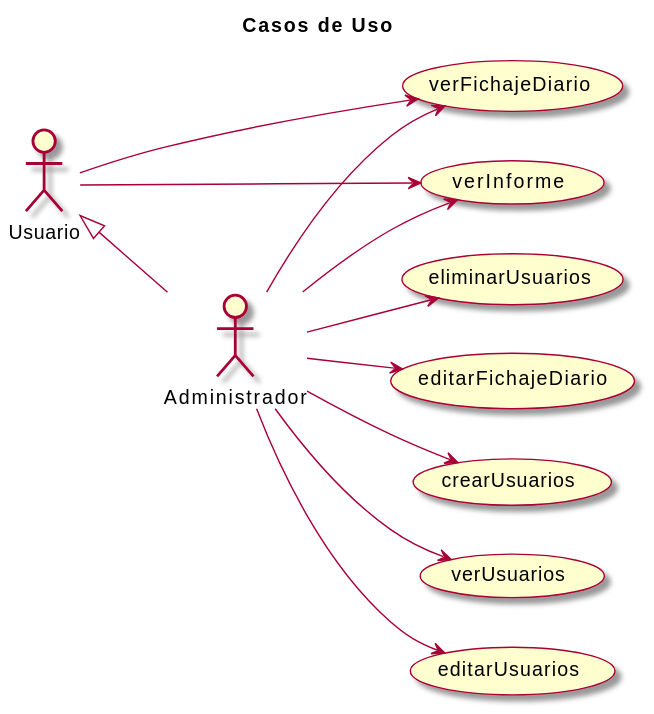
Earlier version of the PlantUML export imagenes/casosDeUso/diagramaCasosDeUso.svg (mmasias/23-24-IdSw1-SDR). Source of this version:
```plantuml
@startuml
skin rose
left to right direction
title Casos de Uso

Administrador -up-|> Usuario


Usuario --> (verFichajeDiario)
Usuario --> (verInforme)

Administrador --> (verFichajeDiario)
Administrador --> (editarFichajeDiario)

Administrador --> (verInforme)

Administrador --> (crearUsuarios)
Administrador --> (verUsuarios)
Administrador --> (editarUsuarios)
Administrador --> (eliminarUsuarios)
@enduml
```
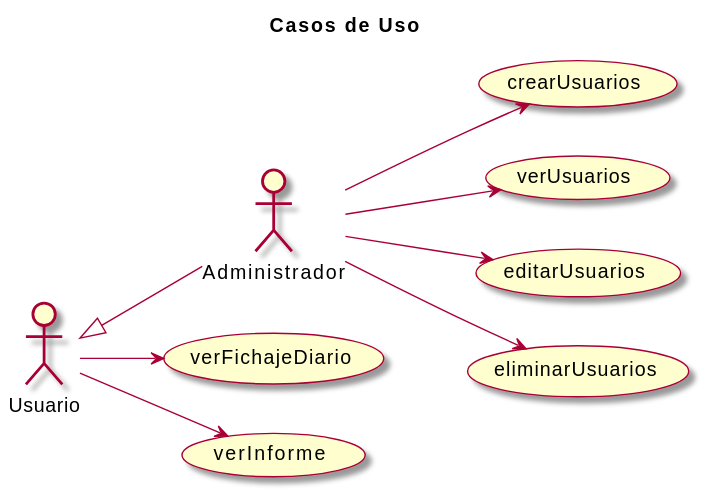
Later version of the same file.

The edit, as a diff of the source:
```diff
@@ -5,14 +5,8 @@
 
 Administrador -up-|> Usuario
 
-
 Usuario --> (verFichajeDiario)
 Usuario --> (verInforme)
-
-Administrador --> (verFichajeDiario)
-Administrador --> (editarFichajeDiario)
-
-Administrador --> (verInforme)
 
 Administrador --> (crearUsuarios)
 Administrador --> (verUsuarios)
```
